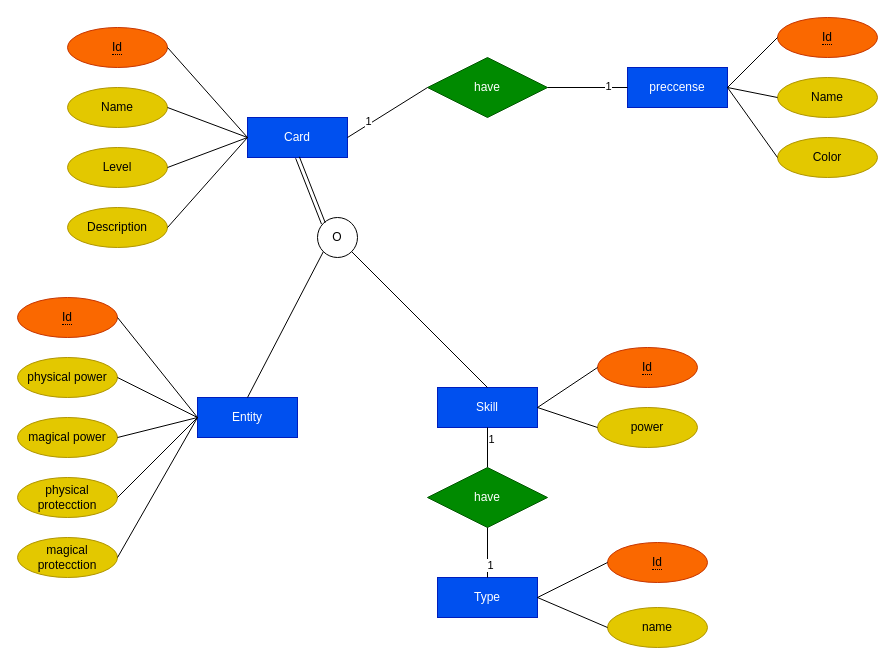
Before: theory/Database Model ER.drawio in DarkHormazabal/TallerArqDeSistemas, a draw.io diagram. Source tidied: cells renumbered, new cells numbered last; positions are measured from the earlier drawing's top-left corner, leaving out a move shared by most shapes. Both pictures are drawn from the tidied source at 100%, with x=0, y=0 at pixel (17, 17).
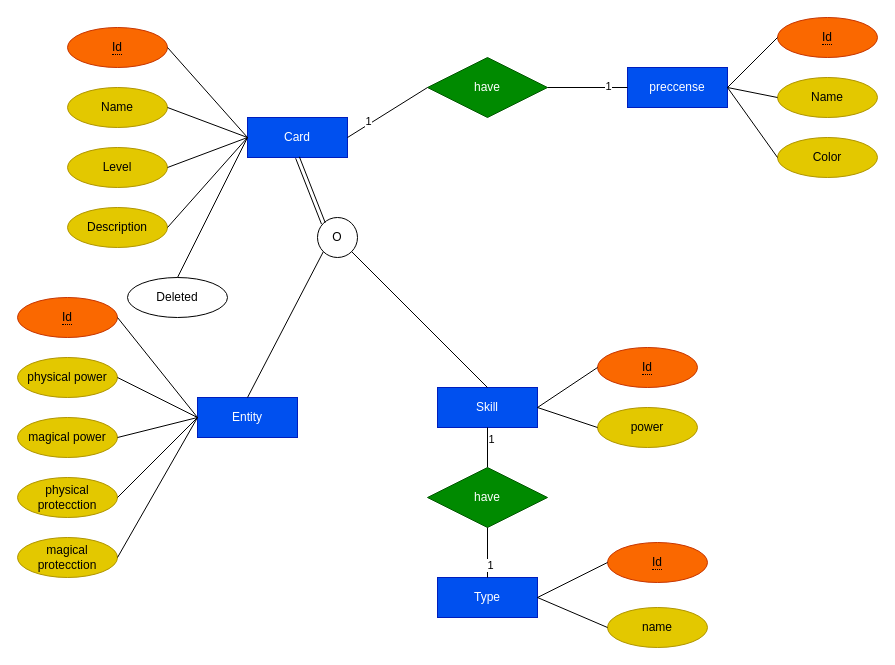
The same diagram, later.

The change refers to these unchanged cells:
```xml
<mxCell id="2" value="Card" style="whiteSpace=wrap;html=1;align=center;fillColor=#0050ef;fontColor=#ffffff;strokeColor=#001DBC;" parent="1" vertex="1">
  <mxGeometry x="230" y="100" width="100" height="40" as="geometry" />
</mxCell>
```

Change to the diagram source:
```diff
@@
+    <mxCell id="53" value="Deleted" style="ellipse;whiteSpace=wrap;html=1;align=center;" parent="1" vertex="1">
+      <mxGeometry x="110" y="260" width="100" height="40" as="geometry" />
+    </mxCell>
+    <mxCell id="54" style="endArrow=none;html=1;rounded=0;exitX=0.5;exitY=0;exitDx=0;exitDy=0;entryX=0;entryY=0.5;entryDx=0;entryDy=0;" parent="1" edge="1" source="53" target="2">
+      <mxGeometry relative="1" as="geometry" />
+    </mxCell>
```
